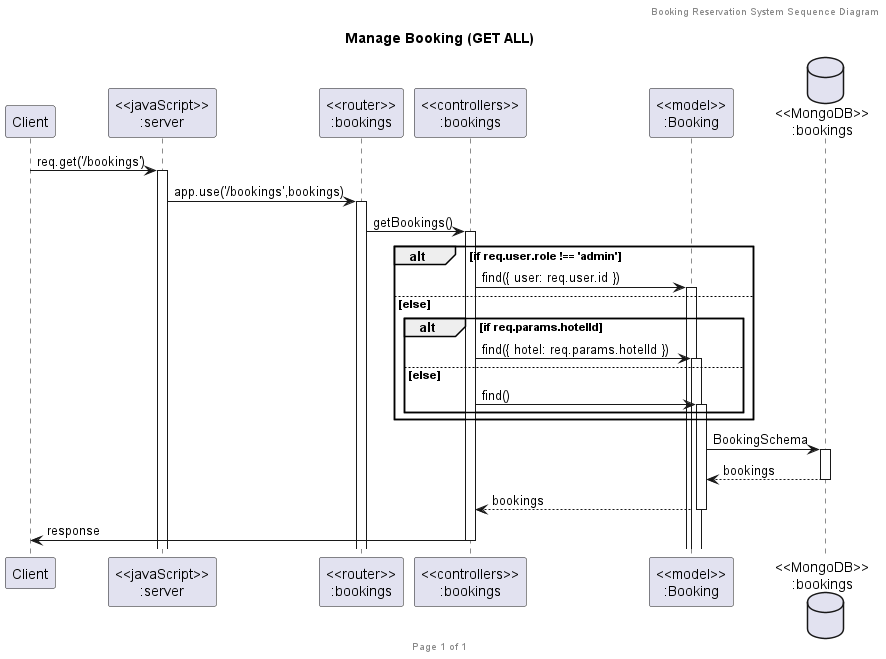
Above: out/UML/SequenceDiagram/Booking/getAll/Manage Booking (GET ALL).png in 2110503TACEDT66/presentation-day-1-chue-rai-dee (PlantUML), before the change.
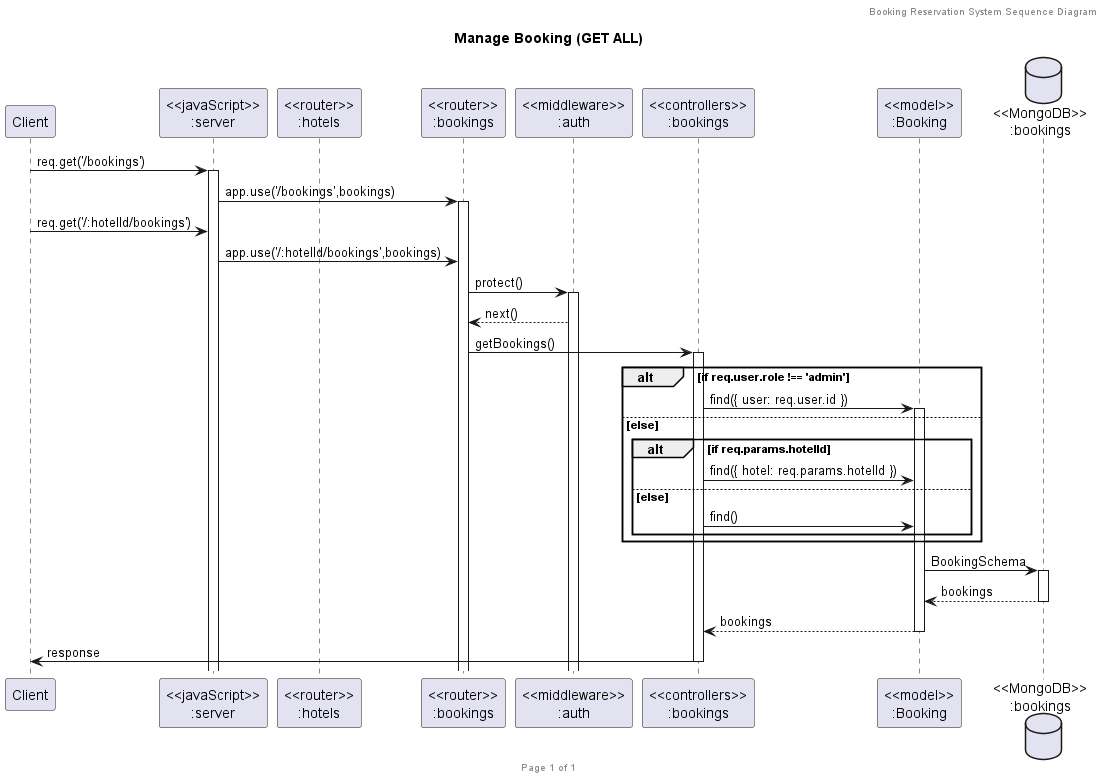
Above is the later version.

What changed in the source:
```diff
@@ -6,21 +6,27 @@
 
 participant "Client" as client
 participant "<<javaScript>>\n:server" as server
+participant "<<router>>\n:hotels" as hotelBookings
 participant "<<router>>\n:bookings" as routerBookings
+participant "<<middleware>>\n:auth" as middlewareAuth
 participant "<<controllers>>\n:bookings" as controllersBookings
 participant "<<model>>\n:Booking" as modelBooking
 database "<<MongoDB>>\n:bookings" as BookingsDatabase
 
 client->server ++:req.get('/bookings')
 server->routerBookings ++:app.use('/bookings',bookings)
+client->server :req.get('/:hotelId/bookings')
+server->routerBookings :app.use('/:hotelId/bookings',bookings)
+routerBookings->middlewareAuth ++:protect()
+middlewareAuth-->routerBookings :next()
 routerBookings -> controllersBookings ++:getBookings()
 alt if req.user.role !== 'admin'
     controllersBookings->modelBooking ++:find({ user: req.user.id })
 else else
     alt if req.params.hotelId
-        controllersBookings->modelBooking ++:find({ hotel: req.params.hotelId })
+        controllersBookings->modelBooking :find({ hotel: req.params.hotelId })
     else else
-        controllersBookings->modelBooking ++:find()
+        controllersBookings->modelBooking :find()
     end
 end
 modelBooking ->BookingsDatabase ++: BookingSchema
```
